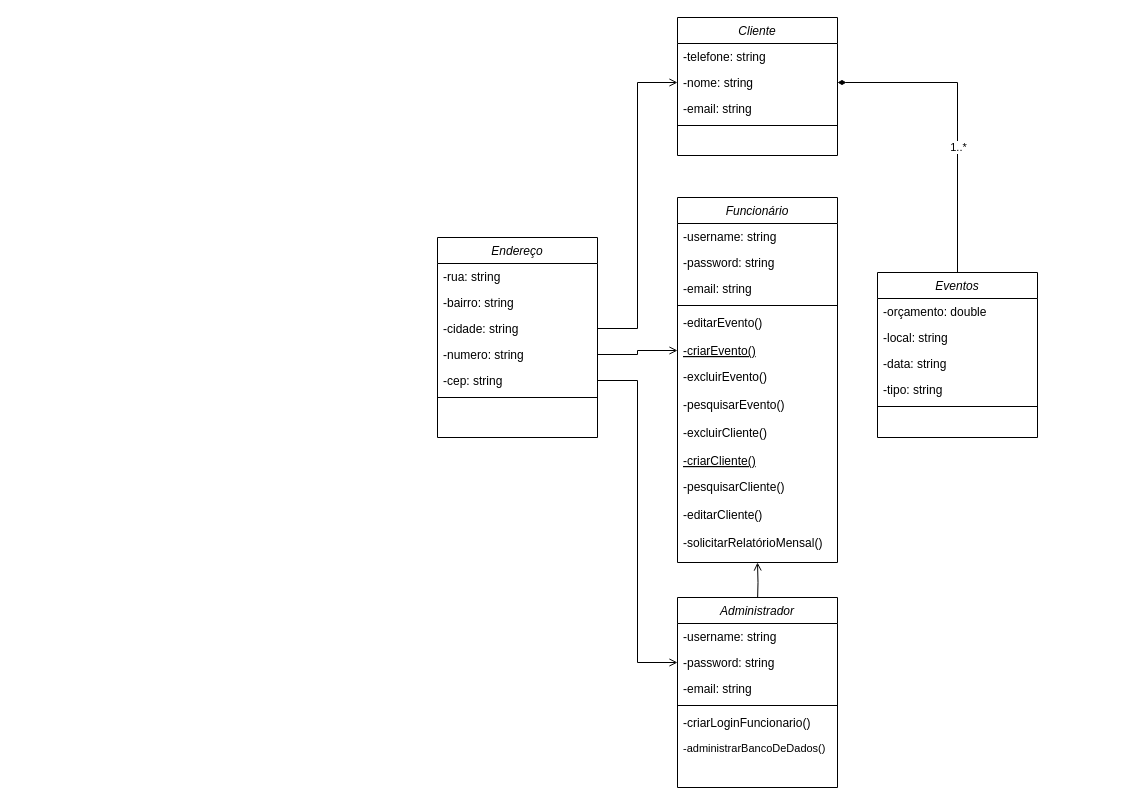
Earlier version of the draw.io diagram 4° Período/Análise e Projeto de Sistemas (Janderson)/Atividade 02/Diagrama de Classes (Buffet LuDa).drawio (lucaslucenak/cc-UEPB). Source tidied: cells renumbered, new cells numbered last; positions are measured from the earlier drawing's top-left corner, leaving out a move shared by most shapes. Both pictures are drawn from the tidied source at 100%, with x=0, y=0 at pixel (437, 17).
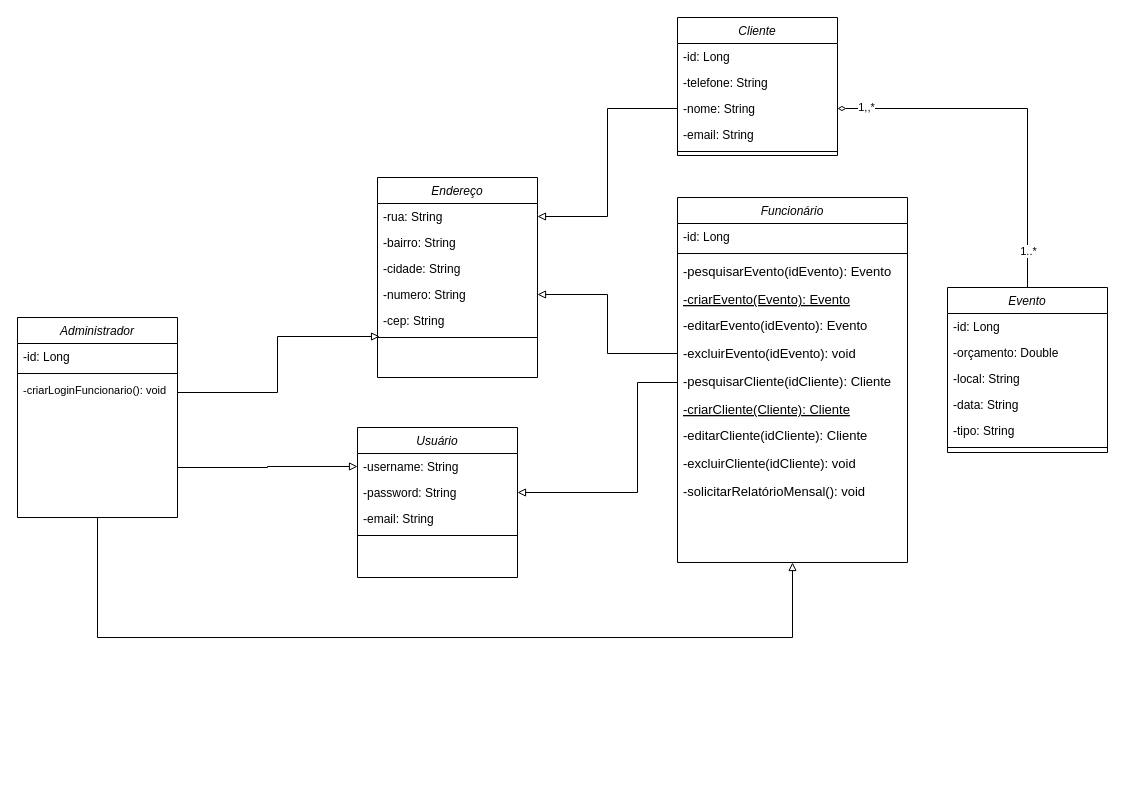
The same page after the edit.

Unchanged cells that the change refers to:
```xml
<mxCell id="2" value="Cliente" style="swimlane;fontStyle=2;align=center;verticalAlign=top;horizontal=1;startSize=26;rounded=0;shadow=0;strokeWidth=1;" parent="1" vertex="1">
  <mxGeometry x="240" width="160" height="138" as="geometry" />
</mxCell>
<mxCell id="43" style="line;html=1;strokeWidth=1;align=left;verticalAlign=middle;spacingTop=-1;spacingLeft=3;spacingRight=3;labelPosition=right;points=[];portConstraint=eastwest;" parent="37" vertex="1">
  <mxGeometry y="156" width="160" height="8" as="geometry" />
</mxCell>
```

What changed in the source:
```diff
@@
+    <mxCell id="47" value="-id: Long" style="text;align=left;verticalAlign=top;spacingLeft=4;spacingRight=4;overflow=hidden;" parent="2" vertex="1">
+      <mxGeometry y="26" width="160" height="26" as="geometry" />
+    </mxCell>
-    <mxCell id="3" value="-telefone: string" style="text;align=left;verticalAlign=top;spacingLeft=4;spacingRight=4;overflow=hidden;rounded=0;shadow=0;html=0;" parent="2" vertex="1">
-      <mxGeometry y="26" width="160" height="26" as="geometry" />
+    <mxCell id="3" value="-telefone: String" style="text;align=left;verticalAlign=top;spacingLeft=4;spacingRight=4;overflow=hidden;rounded=0;shadow=0;html=0;" parent="2" vertex="1">
+      <mxGeometry y="52" width="160" height="26" as="geometry" />
     </mxCell>
-    <mxCell id="4" value="-nome: string" style="text;align=left;verticalAlign=top;spacingLeft=4;spacingRight=4;overflow=hidden;points=[[0,0.5],[1,0.5]];portConstraint=eastwest;" parent="2" vertex="1">
-      <mxGeometry y="52" width="160" height="26" as="geometry" />
+    <mxCell id="4" value="-nome: String" style="text;align=left;verticalAlign=top;spacingLeft=4;spacingRight=4;overflow=hidden;points=[[0,0.5],[1,0.5]];portConstraint=eastwest;" parent="2" vertex="1">
+      <mxGeometry y="78" width="160" height="26" as="geometry" />
     </mxCell>
-    <mxCell id="5" value="-email: string" style="text;align=left;verticalAlign=top;spacingLeft=4;spacingRight=4;overflow=hidden;rounded=0;shadow=0;html=0;" parent="2" vertex="1">
-      <mxGeometry y="78" width="160" height="26" as="geometry" />
+    <mxCell id="5" value="-email: String" style="text;align=left;verticalAlign=top;spacingLeft=4;spacingRight=4;overflow=hidden;rounded=0;shadow=0;html=0;" parent="2" vertex="1">
+      <mxGeometry y="104" width="160" height="26" as="geometry" />
     </mxCell>
     <mxCell id="6" style="line;html=1;strokeWidth=1;align=left;verticalAlign=middle;spacingTop=-1;spacingLeft=3;spacingRight=3;labelPosition=right;" parent="2" vertex="1">
-      <mxGeometry y="104" width="160" height="8" as="geometry" />
+      <mxGeometry y="130" width="160" height="8" as="geometry" />
     </mxCell>
     <mxCell id="7" value="Funcionário" style="swimlane;fontStyle=2;align=center;verticalAlign=top;horizontal=1;startSize=26;rounded=0;shadow=0;strokeWidth=1;" parent="1" vertex="1">
-      <mxGeometry x="240" y="180" width="160" height="365" as="geometry" />
+      <mxGeometry x="240" y="180" width="230" height="365" as="geometry" />
     </mxCell>
-    <mxCell id="8" value="-username: string    " style="text;align=left;verticalAlign=top;spacingLeft=4;spacingRight=4;overflow=hidden;" parent="7" vertex="1">
-      <mxGeometry y="26" width="160" height="26" as="geometry" />
-    </mxCell>
-    <mxCell id="9" value="-password: string" style="text;align=left;verticalAlign=top;spacingLeft=4;spacingRight=4;overflow=hidden;rounded=0;shadow=0;html=0;" parent="7" vertex="1">
-      <mxGeometry y="52" width="160" height="26" as="geometry" />
-    </mxCell>
-    <mxCell id="10" value="-email: string" style="text;align=left;verticalAlign=top;spacingLeft=4;spacingRight=4;overflow=hidden;rounded=0;shadow=0;html=0;" parent="7" vertex="1">
-      <mxGeometry y="78" width="160" height="26" as="geometry" />
-    </mxCell>
+    <mxCell id="48" value="-id: Long" style="text;align=left;verticalAlign=top;spacingLeft=4;spacingRight=4;overflow=hidden;" parent="7" vertex="1">
+      <mxGeometry y="26" width="230" height="26" as="geometry" />
+    </mxCell>
     <mxCell id="11" style="line;html=1;strokeWidth=1;align=left;verticalAlign=middle;spacingTop=-1;spacingLeft=3;spacingRight=3;labelPosition=right;" parent="7" vertex="1">
-      <mxGeometry y="104" width="160" height="8" as="geometry" />
+      <mxGeometry y="52" width="230" height="8" as="geometry" />
     </mxCell>
+    <mxCell id="15" value="-pesquisarEvento(idEvento): Evento" style="text;align=left;verticalAlign=top;spacingLeft=4;spacingRight=4;overflow=hidden;fontSize=13;" parent="7" vertex="1">
+      <mxGeometry y="60" width="230" height="28" as="geometry" />
+    </mxCell>
+    <mxCell id="13" value="-criarEvento(Evento): Evento" style="text;align=left;verticalAlign=top;spacingLeft=4;spacingRight=4;overflow=hidden;points=[[0,0.5],[1,0.5]];portConstraint=eastwest;fontStyle=4;fontSize=13;" parent="7" vertex="1">
+      <mxGeometry y="88" width="230" height="26" as="geometry" />
+    </mxCell>
-    <mxCell id="12" value="-editarEvento()" style="text;align=left;verticalAlign=top;spacingLeft=4;spacingRight=4;overflow=hidden;" parent="7" vertex="1">
-      <mxGeometry y="112" width="160" height="28" as="geometry" />
+    <mxCell id="12" value="-editarEvento(idEvento): Evento" style="text;align=left;verticalAlign=top;spacingLeft=4;spacingRight=4;overflow=hidden;fontSize=13;" parent="7" vertex="1">
+      <mxGeometry y="114" width="230" height="28" as="geometry" />
     </mxCell>
-    <mxCell id="13" value="-criarEvento()" style="text;align=left;verticalAlign=top;spacingLeft=4;spacingRight=4;overflow=hidden;points=[[0,0.5],[1,0.5]];portConstraint=eastwest;fontStyle=4;" parent="7" vertex="1">
-      <mxGeometry y="140" width="160" height="26" as="geometry" />
-    </mxCell>
-    <mxCell id="14" value="-excluirEvento()" style="text;align=left;verticalAlign=top;spacingLeft=4;spacingRight=4;overflow=hidden;points=[[0,0.5],[1,0.5]];portConstraint=eastwest;" parent="7" vertex="1">
-      <mxGeometry y="166" width="160" height="28" as="geometry" />
+    <mxCell id="14" value="-excluirEvento(idEvento): void" style="text;align=left;verticalAlign=top;spacingLeft=4;spacingRight=4;overflow=hidden;points=[[0,0.5],[1,0.5]];portConstraint=eastwest;fontSize=13;" parent="7" vertex="1">
+      <mxGeometry y="142" width="230" height="28" as="geometry" />
     </mxCell>
-    <mxCell id="15" value="-pesquisarEvento()" style="text;align=left;verticalAlign=top;spacingLeft=4;spacingRight=4;overflow=hidden;" parent="7" vertex="1">
-      <mxGeometry y="194" width="160" height="28" as="geometry" />
-    </mxCell>
+    <mxCell id="18" value="-pesquisarCliente(idCliente): Cliente" style="text;align=left;verticalAlign=top;spacingLeft=4;spacingRight=4;overflow=hidden;fontSize=13;" parent="7" vertex="1">
+      <mxGeometry y="170" width="230" height="28" as="geometry" />
+    </mxCell>
+    <mxCell id="17" value="-criarCliente(Cliente): Cliente" style="text;align=left;verticalAlign=top;spacingLeft=4;spacingRight=4;overflow=hidden;points=[[0,0.5],[1,0.5]];portConstraint=eastwest;fontStyle=4;fontSize=13;" parent="7" vertex="1">
+      <mxGeometry y="198" width="230" height="26" as="geometry" />
+    </mxCell>
+    <mxCell id="19" value="-editarCliente(idCliente): Cliente" style="text;align=left;verticalAlign=top;spacingLeft=4;spacingRight=4;overflow=hidden;fontSize=13;" parent="7" vertex="1">
+      <mxGeometry y="224" width="230" height="28" as="geometry" />
+    </mxCell>
-    <mxCell id="16" value="-excluirCliente()" style="text;align=left;verticalAlign=top;spacingLeft=4;spacingRight=4;overflow=hidden;" parent="7" vertex="1">
-      <mxGeometry y="222" width="160" height="28" as="geometry" />
+    <mxCell id="16" value="-excluirCliente(idCliente): void" style="text;align=left;verticalAlign=top;spacingLeft=4;spacingRight=4;overflow=hidden;fontSize=13;" parent="7" vertex="1">
+      <mxGeometry y="252" width="230" height="28" as="geometry" />
     </mxCell>
-    <mxCell id="17" value="-criarCliente()" style="text;align=left;verticalAlign=top;spacingLeft=4;spacingRight=4;overflow=hidden;points=[[0,0.5],[1,0.5]];portConstraint=eastwest;fontStyle=4;" parent="7" vertex="1">
-      <mxGeometry y="250" width="160" height="26" as="geometry" />
-    </mxCell>
-    <mxCell id="18" value="-pesquisarCliente()" style="text;align=left;verticalAlign=top;spacingLeft=4;spacingRight=4;overflow=hidden;" parent="7" vertex="1">
-      <mxGeometry y="276" width="160" height="28" as="geometry" />
-    </mxCell>
-    <mxCell id="19" value="-editarCliente()" style="text;align=left;verticalAlign=top;spacingLeft=4;spacingRight=4;overflow=hidden;" parent="7" vertex="1">
-      <mxGeometry y="304" width="160" height="28" as="geometry" />
-    </mxCell>
-    <mxCell id="20" value="-solicitarRelatórioMensal()" style="text;align=left;verticalAlign=top;spacingLeft=4;spacingRight=4;overflow=hidden;" parent="7" vertex="1">
-      <mxGeometry y="332" width="160" height="28" as="geometry" />
+    <mxCell id="20" value="-solicitarRelatórioMensal(): void" style="text;align=left;verticalAlign=top;spacingLeft=4;spacingRight=4;overflow=hidden;fontSize=13;" parent="7" vertex="1">
+      <mxGeometry y="280" width="230" height="28" as="geometry" />
     </mxCell>
-    <mxCell id="21" style="edgeStyle=orthogonalEdgeStyle;rounded=0;jettySize=auto;html=1;exitX=0.5;exitY=0;exitDx=0;exitDy=0;entryX=1;entryY=0.5;entryDx=0;entryDy=0;fontSize=11;endArrow=diamondThin;endFill=1;" parent="1" edge="1" source="23" target="4">
+    <mxCell id="21" style="edgeStyle=orthogonalEdgeStyle;rounded=0;jettySize=auto;html=1;exitX=0.5;exitY=0;exitDx=0;exitDy=0;entryX=1;entryY=0.5;entryDx=0;entryDy=0;fontSize=11;endArrow=diamondThin;endFill=0;" parent="1" edge="1" source="23" target="4">
       <mxGeometry relative="1" as="geometry" />
     </mxCell>
     <mxCell id="22" value="1..*" style="edgeLabel;html=1;align=center;verticalAlign=middle;fontSize=11;" parent="21" vertex="1">
-      <mxGeometry x="-0.19" relative="1" as="geometry" />
+      <mxGeometry x="-0.19" relative="1" as="geometry">
+        <mxPoint y="112" as="offset" />
+      </mxGeometry>
     </mxCell>
+    <mxCell id="49" value="1,,*" style="edgeLabel;html=1;align=center;verticalAlign=middle;" parent="21" vertex="1">
+      <mxGeometry x="0.85" y="-2" relative="1" as="geometry" />
+    </mxCell>
-    <mxCell id="23" value="Eventos" style="swimlane;fontStyle=2;align=center;verticalAlign=top;horizontal=1;startSize=26;rounded=0;shadow=0;strokeWidth=1;" parent="1" vertex="1">
-      <mxGeometry x="440" y="255" width="160" height="165" as="geometry" />
+    <mxCell id="23" value="Evento" style="swimlane;fontStyle=2;align=center;verticalAlign=top;horizontal=1;startSize=26;rounded=0;shadow=0;strokeWidth=1;" parent="1" vertex="1">
+      <mxGeometry x="510" y="270" width="160" height="165" as="geometry" />
     </mxCell>
+    <mxCell id="50" value="-id: Long" style="text;align=left;verticalAlign=top;spacingLeft=4;spacingRight=4;overflow=hidden;" parent="23" vertex="1">
+      <mxGeometry y="26" width="160" height="26" as="geometry" />
+    </mxCell>
-    <mxCell id="24" value="-orçamento: double" style="text;align=left;verticalAlign=top;spacingLeft=4;spacingRight=4;overflow=hidden;" parent="23" vertex="1">
-      <mxGeometry y="26" width="160" height="26" as="geometry" />
+    <mxCell id="24" value="-orçamento: Double" style="text;align=left;verticalAlign=top;spacingLeft=4;spacingRight=4;overflow=hidden;" parent="23" vertex="1">
+      <mxGeometry y="52" width="160" height="26" as="geometry" />
     </mxCell>
-    <mxCell id="25" value="-local: string" style="text;align=left;verticalAlign=top;spacingLeft=4;spacingRight=4;overflow=hidden;rounded=0;shadow=0;html=0;" parent="23" vertex="1">
-      <mxGeometry y="52" width="160" height="26" as="geometry" />
+    <mxCell id="25" value="-local: String" style="text;align=left;verticalAlign=top;spacingLeft=4;spacingRight=4;overflow=hidden;rounded=0;shadow=0;html=0;" parent="23" vertex="1">
+      <mxGeometry y="78" width="160" height="26" as="geometry" />
     </mxCell>
-    <mxCell id="26" value="-data: string" style="text;align=left;verticalAlign=top;spacingLeft=4;spacingRight=4;overflow=hidden;rounded=0;shadow=0;html=0;" parent="23" vertex="1">
-      <mxGeometry y="78" width="160" height="26" as="geometry" />
+    <mxCell id="26" value="-data: String" style="text;align=left;verticalAlign=top;spacingLeft=4;spacingRight=4;overflow=hidden;rounded=0;shadow=0;html=0;" parent="23" vertex="1">
+      <mxGeometry y="104" width="160" height="26" as="geometry" />
     </mxCell>
-    <mxCell id="27" value="-tipo: string" style="text;align=left;verticalAlign=top;spacingLeft=4;spacingRight=4;overflow=hidden;rounded=0;shadow=0;html=0;" parent="23" vertex="1">
-      <mxGeometry y="104" width="160" height="26" as="geometry" />
+    <mxCell id="27" value="-tipo: String" style="text;align=left;verticalAlign=top;spacingLeft=4;spacingRight=4;overflow=hidden;rounded=0;shadow=0;html=0;" parent="23" vertex="1">
+      <mxGeometry y="130" width="160" height="26" as="geometry" />
     </mxCell>
     <mxCell id="28" style="line;html=1;strokeWidth=1;align=left;verticalAlign=middle;spacingTop=-1;spacingLeft=3;spacingRight=3;labelPosition=right;" parent="23" vertex="1">
-      <mxGeometry y="130" width="160" height="8" as="geometry" />
+      <mxGeometry y="156" width="160" height="8" as="geometry" />
     </mxCell>
-    <mxCell id="29" style="edgeStyle=orthogonalEdgeStyle;rounded=0;jettySize=auto;html=1;exitX=0.5;exitY=0;exitDx=0;exitDy=0;entryX=0.5;entryY=1;entryDx=0;entryDy=0;fontSize=11;endArrow=open;endFill=0;" parent="1" edge="1" target="7">
+    <mxCell id="29" style="edgeStyle=orthogonalEdgeStyle;rounded=0;jettySize=auto;html=1;fontSize=11;endArrow=block;endFill=0;exitX=0.5;exitY=1;exitDx=0;exitDy=0;entryX=0.5;entryY=1;entryDx=0;entryDy=0;" parent="1" edge="1" source="30" target="7">
       <mxGeometry relative="1" as="geometry">
-        <mxPoint x="320" y="585" as="sourcePoint" />
+        <Array as="points">
+          <mxPoint x="-340" y="620" />
+          <mxPoint x="355" y="620" />
+        </Array>
       </mxGeometry>
     </mxCell>
     <mxCell id="30" value="Administrador" style="swimlane;fontStyle=2;align=center;verticalAlign=top;horizontal=1;startSize=26;rounded=0;shadow=0;strokeWidth=1;" parent="1" vertex="1">
-      <mxGeometry x="240" y="580" width="160" height="190" as="geometry" />
+      <mxGeometry x="-420" y="300" width="160" height="200" as="geometry" />
     </mxCell>
-    <mxCell id="31" value="-username: string    " style="text;align=left;verticalAlign=top;spacingLeft=4;spacingRight=4;overflow=hidden;rounded=0;shadow=0;html=0;" parent="30" vertex="1">
-      <mxGeometry y="26" width="160" height="26" as="geometry" />
-    </mxCell>
-    <mxCell id="32" value="-password: string" style="text;align=left;verticalAlign=top;spacingLeft=4;spacingRight=4;overflow=hidden;points=[[0,0.5],[1,0.5]];portConstraint=eastwest;" parent="30" vertex="1">
-      <mxGeometry y="52" width="160" height="26" as="geometry" />
-    </mxCell>
-    <mxCell id="33" value="-email: string" style="text;align=left;verticalAlign=top;spacingLeft=4;spacingRight=4;overflow=hidden;rounded=0;shadow=0;html=0;" parent="30" vertex="1">
-      <mxGeometry y="78" width="160" height="26" as="geometry" />
-    </mxCell>
+    <mxCell id="51" value="-id: Long" style="text;align=left;verticalAlign=top;spacingLeft=4;spacingRight=4;overflow=hidden;" parent="30" vertex="1">
+      <mxGeometry y="26" width="160" height="26" as="geometry" />
+    </mxCell>
     <mxCell id="34" style="line;html=1;strokeWidth=1;align=left;verticalAlign=middle;spacingTop=-1;spacingLeft=3;spacingRight=3;labelPosition=right;" parent="30" vertex="1">
-      <mxGeometry y="104" width="160" height="8" as="geometry" />
+      <mxGeometry y="52" width="160" height="8" as="geometry" />
     </mxCell>
-    <mxCell id="35" value="-criarLoginFuncionario()" style="text;align=left;verticalAlign=top;spacingLeft=4;spacingRight=4;overflow=hidden;points=[[0,0.5],[1,0.5]];portConstraint=eastwest;" parent="30" vertex="1">
-      <mxGeometry y="112" width="160" height="26" as="geometry" />
+    <mxCell id="35" value="-criarLoginFuncionario(): void" style="text;align=left;verticalAlign=top;spacingLeft=4;spacingRight=4;overflow=hidden;points=[[0,0.5],[1,0.5]];portConstraint=eastwest;fontSize=11;" parent="30" vertex="1">
+      <mxGeometry y="60" width="160" height="30" as="geometry" />
     </mxCell>
-    <mxCell id="36" value="-administrarBancoDeDados()" style="text;align=left;verticalAlign=top;spacingLeft=4;spacingRight=4;overflow=hidden;fontSize=11;" parent="30" vertex="1">
-      <mxGeometry y="138" width="160" height="26" as="geometry" />
-    </mxCell>
     <mxCell id="37" value="Endereço" style="swimlane;fontStyle=2;align=center;verticalAlign=top;horizontal=1;startSize=26;rounded=0;shadow=0;strokeWidth=1;" parent="1" vertex="1">
-      <mxGeometry y="220" width="160" height="200" as="geometry" />
+      <mxGeometry x="-60" y="160" width="160" height="200" as="geometry" />
     </mxCell>
-    <mxCell id="38" value="-rua: string" style="text;align=left;verticalAlign=top;spacingLeft=4;spacingRight=4;overflow=hidden;points=[[0,0.5],[1,0.5]];portConstraint=eastwest;rounded=0;shadow=0;html=0;" parent="37" vertex="1">
+    <mxCell id="38" value="-rua: String" style="text;align=left;verticalAlign=top;spacingLeft=4;spacingRight=4;overflow=hidden;points=[[0,0.5],[1,0.5]];portConstraint=eastwest;rounded=0;shadow=0;html=0;" parent="37" vertex="1">
       <mxGeometry y="26" width="160" height="26" as="geometry" />
     </mxCell>
-    <mxCell id="39" value="-bairro: string" style="text;align=left;verticalAlign=top;spacingLeft=4;spacingRight=4;overflow=hidden;" parent="37" vertex="1">
+    <mxCell id="39" value="-bairro: String" style="text;align=left;verticalAlign=top;spacingLeft=4;spacingRight=4;overflow=hidden;" parent="37" vertex="1">
       <mxGeometry y="52" width="160" height="26" as="geometry" />
     </mxCell>
-    <mxCell id="40" value="-cidade: string" style="text;align=left;verticalAlign=top;spacingLeft=4;spacingRight=4;overflow=hidden;points=[[0,0.5],[1,0.5]];portConstraint=eastwest;rounded=0;shadow=0;html=0;" parent="37" vertex="1">
+    <mxCell id="40" value="-cidade: String" style="text;align=left;verticalAlign=top;spacingLeft=4;spacingRight=4;overflow=hidden;points=[[0,0.5],[1,0.5]];portConstraint=eastwest;rounded=0;shadow=0;html=0;" parent="37" vertex="1">
       <mxGeometry y="78" width="160" height="26" as="geometry" />
     </mxCell>
-    <mxCell id="41" value="-numero: string" style="text;align=left;verticalAlign=top;spacingLeft=4;spacingRight=4;overflow=hidden;points=[[0,0.5],[1,0.5]];portConstraint=eastwest;rounded=0;shadow=0;html=0;" parent="37" vertex="1">
+    <mxCell id="41" value="-numero: String" style="text;align=left;verticalAlign=top;spacingLeft=4;spacingRight=4;overflow=hidden;points=[[0,0.5],[1,0.5]];portConstraint=eastwest;rounded=0;shadow=0;html=0;" parent="37" vertex="1">
       <mxGeometry y="104" width="160" height="26" as="geometry" />
     </mxCell>
-    <mxCell id="42" value="-cep: string" style="text;align=left;verticalAlign=top;spacingLeft=4;spacingRight=4;overflow=hidden;points=[[0,0.5],[1,0.5]];portConstraint=eastwest;rounded=0;shadow=0;html=0;" parent="37" vertex="1">
+    <mxCell id="42" value="-cep: String" style="text;align=left;verticalAlign=top;spacingLeft=4;spacingRight=4;overflow=hidden;points=[[0,0.5],[1,0.5]];portConstraint=eastwest;rounded=0;shadow=0;html=0;" parent="37" vertex="1">
       <mxGeometry y="130" width="160" height="26" as="geometry" />
     </mxCell>
@@
-    <mxCell id="44" style="edgeStyle=orthogonalEdgeStyle;rounded=0;jettySize=auto;html=1;exitX=1;exitY=0.5;exitDx=0;exitDy=0;entryX=0;entryY=0.5;entryDx=0;entryDy=0;endArrow=open;endFill=0;" parent="1" edge="1" source="41" target="13">
+    <mxCell id="44" style="edgeStyle=orthogonalEdgeStyle;rounded=0;jettySize=auto;html=1;entryX=1;entryY=0.5;entryDx=0;entryDy=0;endArrow=block;endFill=0;exitX=0;exitY=0.5;exitDx=0;exitDy=0;" parent="1" edge="1" source="14" target="41">
       <mxGeometry relative="1" as="geometry" />
     </mxCell>
-    <mxCell id="45" style="edgeStyle=orthogonalEdgeStyle;rounded=0;jettySize=auto;html=1;exitX=1;exitY=0.5;exitDx=0;exitDy=0;entryX=0;entryY=0.5;entryDx=0;entryDy=0;endArrow=open;endFill=0;" parent="1" edge="1" source="42" target="32">
-      <mxGeometry relative="1" as="geometry" />
-    </mxCell>
-    <mxCell id="46" style="edgeStyle=orthogonalEdgeStyle;rounded=0;jettySize=auto;html=1;exitX=1;exitY=0.5;exitDx=0;exitDy=0;entryX=0;entryY=0.5;entryDx=0;entryDy=0;endArrow=open;endFill=0;" parent="1" edge="1" source="40" target="4">
+    <mxCell id="46" style="edgeStyle=orthogonalEdgeStyle;rounded=0;jettySize=auto;html=1;exitX=0;exitY=0.5;exitDx=0;exitDy=0;endArrow=block;endFill=0;entryX=1;entryY=0.5;entryDx=0;entryDy=0;" parent="1" edge="1" source="4" target="38">
       <mxGeometry relative="1" as="geometry" />
     </mxCell>
+    <mxCell id="52" value="Usuário" style="swimlane;fontStyle=2;align=center;verticalAlign=top;horizontal=1;startSize=26;rounded=0;shadow=0;strokeWidth=1;" parent="1" vertex="1">
+      <mxGeometry x="-80" y="410" width="160" height="150" as="geometry" />
+    </mxCell>
+    <mxCell id="53" value="-username: String    " style="text;align=left;verticalAlign=top;spacingLeft=4;spacingRight=4;overflow=hidden;points=[[0,0.5],[1,0.5]];portConstraint=eastwest;rounded=0;shadow=0;html=0;" parent="52" vertex="1">
+      <mxGeometry y="26" width="160" height="26" as="geometry" />
+    </mxCell>
+    <mxCell id="54" value="-password: String" style="text;align=left;verticalAlign=top;spacingLeft=4;spacingRight=4;overflow=hidden;points=[[0,0.5],[1,0.5]];portConstraint=eastwest;" parent="52" vertex="1">
+      <mxGeometry y="52" width="160" height="26" as="geometry" />
+    </mxCell>
+    <mxCell id="55" value="-email: String" style="text;align=left;verticalAlign=top;spacingLeft=4;spacingRight=4;overflow=hidden;rounded=0;shadow=0;html=0;" parent="52" vertex="1">
+      <mxGeometry y="78" width="160" height="26" as="geometry" />
+    </mxCell>
+    <mxCell id="56" style="line;html=1;strokeWidth=1;align=left;verticalAlign=middle;spacingTop=-1;spacingLeft=3;spacingRight=3;labelPosition=right;" parent="52" vertex="1">
+      <mxGeometry y="104" width="160" height="8" as="geometry" />
+    </mxCell>
+    <mxCell id="57" style="edgeStyle=orthogonalEdgeStyle;rounded=0;jettySize=auto;html=1;exitX=1;exitY=0.5;exitDx=0;exitDy=0;endArrow=block;endFill=0;entryX=0.013;entryY=0.375;entryDx=0;entryDy=0;entryPerimeter=0;" parent="1" edge="1" source="35" target="43">
+      <mxGeometry relative="1" as="geometry" />
+    </mxCell>
+    <mxCell id="58" style="edgeStyle=orthogonalEdgeStyle;rounded=0;jettySize=auto;html=1;entryX=1;entryY=0.5;entryDx=0;entryDy=0;endArrow=block;endFill=0;exitX=0;exitY=0.5;exitDx=0;exitDy=0;" parent="1" edge="1" source="17" target="54">
+      <mxGeometry relative="1" as="geometry">
+        <Array as="points">
+          <mxPoint x="200" y="365" />
+          <mxPoint x="200" y="475" />
+        </Array>
+      </mxGeometry>
+    </mxCell>
+    <mxCell id="59" style="edgeStyle=orthogonalEdgeStyle;rounded=0;jettySize=auto;html=1;exitX=1;exitY=0.75;exitDx=0;exitDy=0;endArrow=block;endFill=0;entryX=0;entryY=0.5;entryDx=0;entryDy=0;" parent="1" edge="1" source="30" target="53">
+      <mxGeometry relative="1" as="geometry" />
+    </mxCell>
```
